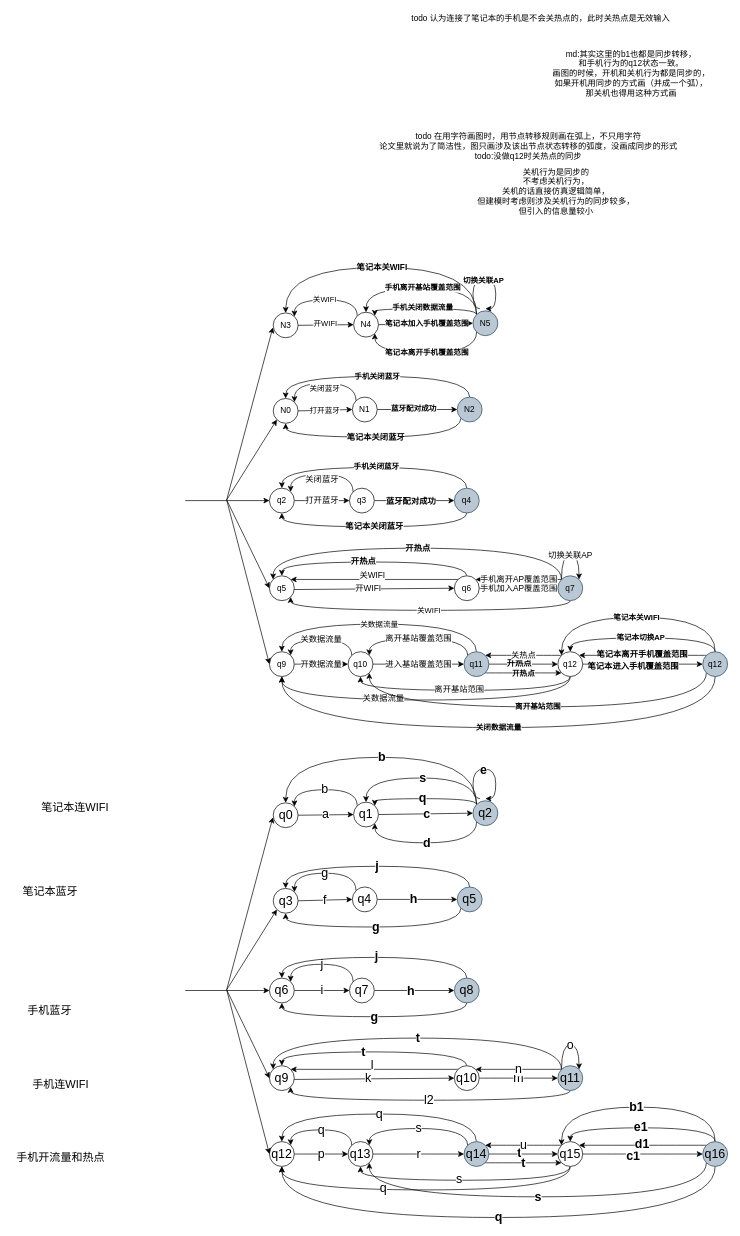
Above: page "方法三：并行自动机_笔记本行为" (2 of 6) of 时间自动机.drawio in Icarus1994/neutron_conf (draw.io), before the change. Source tidied: cells renumbered, new cells numbered last; positions are measured from the earlier drawing's top-left corner, leaving out a move shared by most shapes. Both pictures are drawn from the tidied source at 69%, with x=0, y=0 at pixel (12, 12).
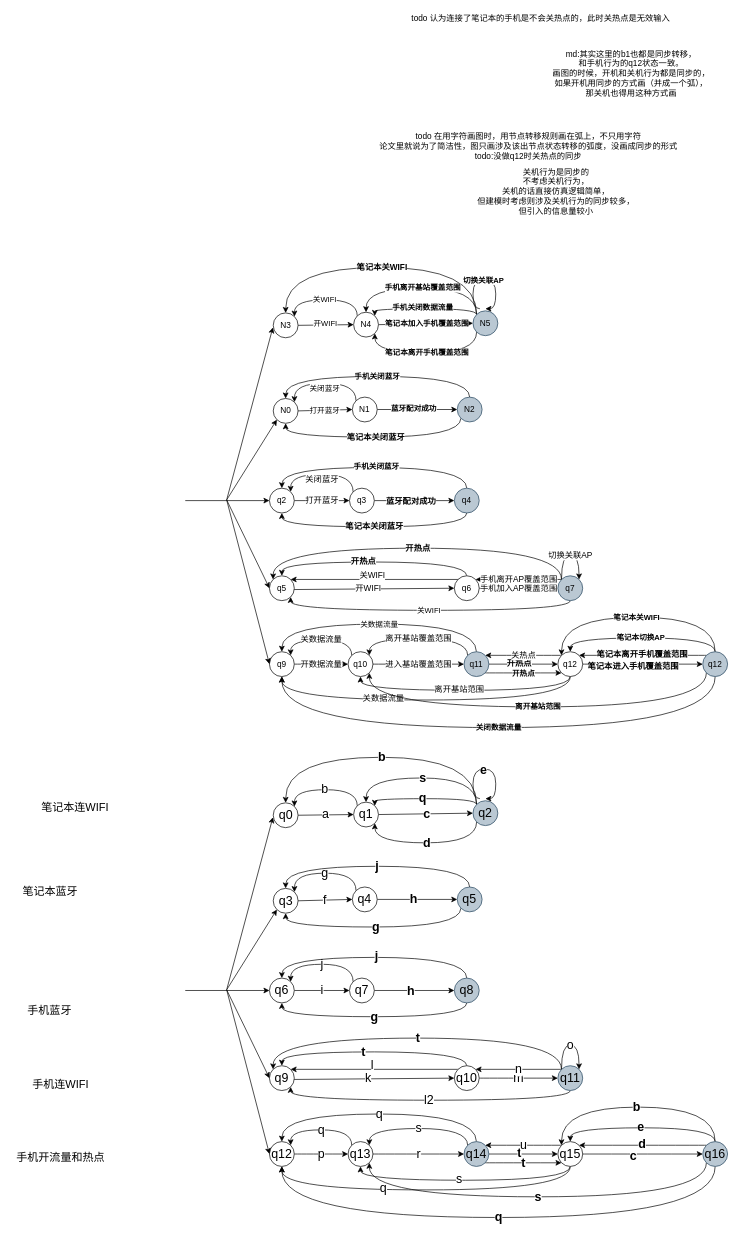
The same page after the edit.

The change refers to these unchanged cells:
```xml
<mxCell id="110" style="edgeStyle=orthogonalEdgeStyle;curved=1;rounded=0;jettySize=auto;html=1;exitX=1;exitY=0.5;exitDx=0;exitDy=0;entryX=0;entryY=0.5;entryDx=0;entryDy=0;endArrow=classic;endFill=1;fontSize=18;" parent="1" edge="1" source="116" target="139">
  <mxGeometry relative="1" as="geometry" />
</mxCell>
<mxCell id="116" value="q15" style="ellipse;whiteSpace=wrap;html=1;fontSize=18;" parent="1" vertex="1">
  <mxGeometry x="791" y="1637" width="36" height="36" as="geometry" />
</mxCell>
<mxCell id="132" style="edgeStyle=orthogonalEdgeStyle;curved=1;rounded=0;jettySize=auto;html=1;exitX=0;exitY=0;exitDx=0;exitDy=0;entryX=1;entryY=0;entryDx=0;entryDy=0;endArrow=classic;endFill=1;fontSize=18;" parent="1" edge="1" source="139" target="116">
  <mxGeometry relative="1" as="geometry" />
</mxCell>
<mxCell id="134" style="edgeStyle=orthogonalEdgeStyle;curved=1;rounded=0;jettySize=auto;html=1;exitX=0.5;exitY=0;exitDx=0;exitDy=0;entryX=0.5;entryY=0;entryDx=0;entryDy=0;endArrow=classic;endFill=1;fontSize=18;" parent="1" edge="1" source="139" target="116">
  <mxGeometry relative="1" as="geometry" />
</mxCell>
<mxCell id="139" value="q16" style="ellipse;whiteSpace=wrap;html=1;fontSize=18;fillColor=#bac8d3;strokeColor=#23445d;" parent="1" vertex="1">
  <mxGeometry x="1001" y="1637" width="36" height="36" as="geometry" />
</mxCell>
```

The edit, as a diff of the source:
```diff
@@
-    <mxCell id="111" value="c1" style="edgeLabel;html=1;align=center;verticalAlign=middle;fontSize=18;fontStyle=1;" parent="110" vertex="1">
+    <mxCell id="111" value="c" style="edgeLabel;html=1;align=center;verticalAlign=middle;fontSize=18;fontStyle=1;" parent="110" vertex="1">
       <mxGeometry x="-0.17" y="-2" relative="1" as="geometry" />
     </mxCell>
@@
-    <mxCell id="133" value="d1" style="edgeLabel;html=1;align=center;verticalAlign=middle;fontSize=18;fontStyle=1;" parent="132" vertex="1">
+    <mxCell id="133" value="d" style="edgeLabel;html=1;align=center;verticalAlign=middle;fontSize=18;fontStyle=1;" parent="132" vertex="1">
       <mxGeometry x="0.02" y="-2" relative="1" as="geometry" />
     </mxCell>
@@
-    <mxCell id="135" value="e1" style="edgeLabel;html=1;align=center;verticalAlign=middle;fontStyle=1;fontSize=18;" parent="134" vertex="1">
+    <mxCell id="135" value="e" style="edgeLabel;html=1;align=center;verticalAlign=middle;fontStyle=1;fontSize=18;" parent="134" vertex="1">
       <mxGeometry x="0.03" y="-2" relative="1" as="geometry" />
     </mxCell>
-    <mxCell id="136" value="b1" style="edgeStyle=orthogonalEdgeStyle;curved=1;rounded=0;jettySize=auto;html=1;exitX=0.5;exitY=0;exitDx=0;exitDy=0;entryX=0;entryY=0;entryDx=0;entryDy=0;endArrow=classic;endFill=1;fontStyle=1;fontSize=18;" parent="1" edge="1" source="139" target="116">
+    <mxCell id="136" value="b" style="edgeStyle=orthogonalEdgeStyle;curved=1;rounded=0;jettySize=auto;html=1;exitX=0.5;exitY=0;exitDx=0;exitDy=0;entryX=0;entryY=0;entryDx=0;entryDy=0;endArrow=classic;endFill=1;fontStyle=1;fontSize=18;" parent="1" edge="1" source="139" target="116">
       <mxGeometry relative="1" as="geometry">
         <Array as="points">
           <mxPoint x="1019" y="1587" />
           <mxPoint x="796" y="1587" />
         </Array>
       </mxGeometry>
     </mxCell>
```
